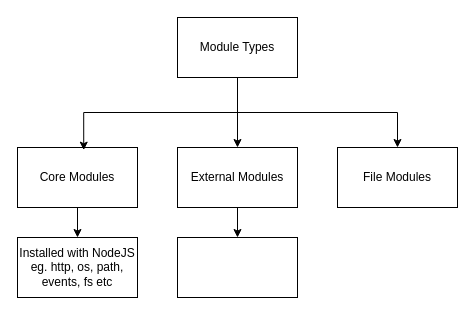
Earlier version of the draw.io diagram page "Page-3" (3 of 3) of node_diagrams.drawio (synergy2411/nov-24-node). Source tidied: cells renumbered, new cells numbered last; positions are measured from the earlier drawing's top-left corner, leaving out a move shared by most shapes. Both pictures are drawn from the tidied source at 100%, with x=0, y=0 at pixel (17, 17).
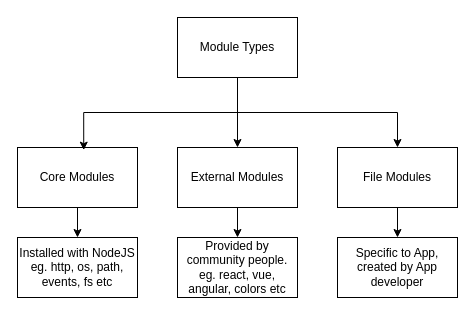
The same diagram, later.

Diff of the diagram source:
```diff
@@
 <mxGraphModel>
   <root>
     <mxCell id="0" />
     <mxCell id="1" parent="0" />
     <mxCell id="2" style="edgeStyle=orthogonalEdgeStyle;rounded=0;jettySize=auto;html=1;exitX=0.5;exitY=1;exitDx=0;exitDy=0;entryX=0.5;entryY=0;entryDx=0;entryDy=0;" parent="1" edge="1" source="4" target="8">
       <mxGeometry relative="1" as="geometry" />
     </mxCell>
     <mxCell id="3" style="edgeStyle=orthogonalEdgeStyle;rounded=0;jettySize=auto;html=1;exitX=0.5;exitY=1;exitDx=0;exitDy=0;entryX=0.5;entryY=0;entryDx=0;entryDy=0;" parent="1" edge="1" source="4" target="9">
       <mxGeometry relative="1" as="geometry" />
     </mxCell>
     <mxCell id="4" value="Module Types" style="rounded=0;whiteSpace=wrap;html=1;" parent="1" vertex="1">
       <mxGeometry x="160" width="120" height="60" as="geometry" />
     </mxCell>
     <mxCell id="5" style="edgeStyle=orthogonalEdgeStyle;rounded=0;jettySize=auto;html=1;" parent="1" edge="1" source="6" target="11">
       <mxGeometry relative="1" as="geometry" />
     </mxCell>
     <mxCell id="6" value="Core Modules" style="whiteSpace=wrap;html=1;rounded=0;" parent="1" vertex="1">
       <mxGeometry y="130" width="120" height="60" as="geometry" />
     </mxCell>
     <mxCell id="7" style="edgeStyle=orthogonalEdgeStyle;rounded=0;jettySize=auto;html=1;" parent="1" edge="1" source="8" target="12">
       <mxGeometry relative="1" as="geometry" />
     </mxCell>
     <mxCell id="8" value="External Modules" style="whiteSpace=wrap;html=1;rounded=0;" parent="1" vertex="1">
       <mxGeometry x="160" y="130" width="120" height="60" as="geometry" />
     </mxCell>
+    <mxCell id="13" style="edgeStyle=orthogonalEdgeStyle;rounded=0;jettySize=auto;html=1;" parent="1" edge="1" source="9" target="14">
+      <mxGeometry relative="1" as="geometry" />
+    </mxCell>
     <mxCell id="9" value="File Modules" style="whiteSpace=wrap;html=1;rounded=0;" parent="1" vertex="1">
       <mxGeometry x="320" y="130" width="120" height="60" as="geometry" />
     </mxCell>
     <mxCell id="10" style="edgeStyle=orthogonalEdgeStyle;rounded=0;jettySize=auto;html=1;exitX=0.5;exitY=1;exitDx=0;exitDy=0;entryX=0.552;entryY=0.044;entryDx=0;entryDy=0;entryPerimeter=0;" parent="1" edge="1" source="4" target="6">
       <mxGeometry relative="1" as="geometry" />
     </mxCell>
     <mxCell id="11" value="Installed with NodeJS&lt;div&gt;eg. http, os, path, events, fs etc&lt;/div&gt;" style="whiteSpace=wrap;html=1;rounded=0;" parent="1" vertex="1">
       <mxGeometry y="220" width="120" height="60" as="geometry" />
     </mxCell>
-    <mxCell id="12" style="whiteSpace=wrap;html=1;rounded=0;" parent="1" vertex="1">
+    <mxCell id="12" value="Provided by community people.&lt;div&gt;eg. react, vue, angular, colors etc&lt;/div&gt;" style="whiteSpace=wrap;html=1;rounded=0;" parent="1" vertex="1">
       <mxGeometry x="160" y="220" width="120" height="60" as="geometry" />
     </mxCell>
+    <mxCell id="14" value="Specific to App, created by App developer" style="whiteSpace=wrap;html=1;rounded=0;" parent="1" vertex="1">
+      <mxGeometry x="320" y="220" width="120" height="60" as="geometry" />
+    </mxCell>
   </root>
 </mxGraphModel>
```
